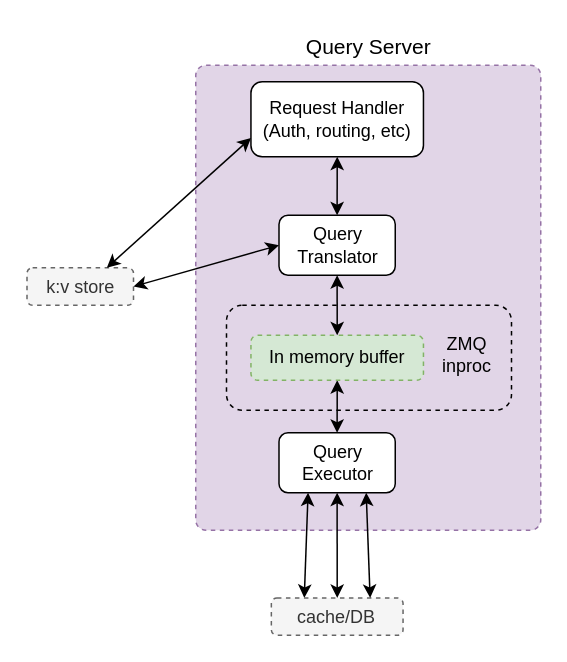
Before: page "Query Service" (2 of 4) of design.drawio in rwwiv/api-design-challenge, a draw.io diagram. Source tidied: cells renumbered, new cells numbered last; positions are measured from the earlier drawing's top-left corner, leaving out a move shared by most shapes. Both pictures are drawn from the tidied source at 150%, with x=0, y=0 at pixel (27, 26).
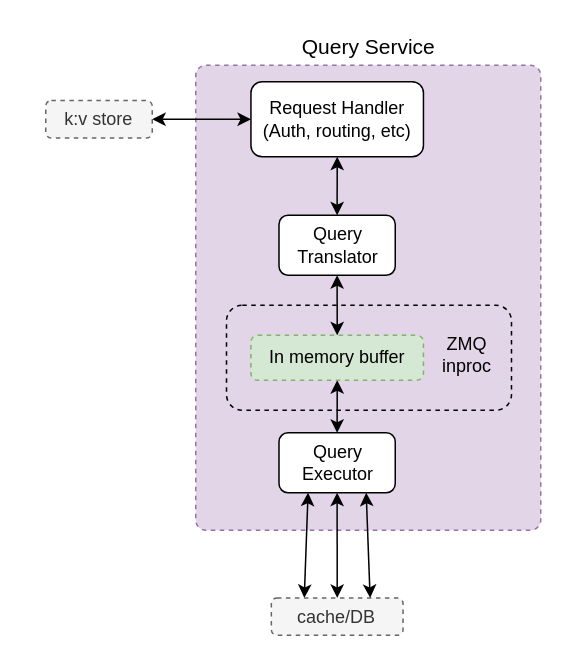
After the change.

Diff of the diagram source:
```diff
@@
 <mxGraphModel>
   <root>
     <mxCell id="0" />
     <mxCell id="1" parent="0" />
     <mxCell id="2" style="rounded=1;whiteSpace=wrap;html=1;strokeWidth=1;fontSize=18;fillColor=#e1d5e7;strokeColor=#9673a6;arcSize=3;dashed=1;" parent="1" vertex="1">
       <mxGeometry x="112" y="26" width="230" height="310" as="geometry" />
     </mxCell>
-    <mxCell id="3" value="&lt;font style=&quot;font-size: 14px;&quot;&gt;Query Server&lt;br&gt;&lt;/font&gt;" style="text;html=1;strokeColor=none;fillColor=none;align=center;verticalAlign=middle;whiteSpace=wrap;rounded=0;fontSize=18;" parent="1" vertex="1">
+    <mxCell id="3" value="&lt;font style=&quot;font-size: 14px;&quot;&gt;Query Service&lt;br&gt;&lt;/font&gt;" style="text;html=1;strokeColor=none;fillColor=none;align=center;verticalAlign=middle;whiteSpace=wrap;rounded=0;fontSize=18;" parent="1" vertex="1">
       <mxGeometry x="134.5" width="185" height="26" as="geometry" />
     </mxCell>
     <mxCell id="4" value="k:v store" style="rounded=1;whiteSpace=wrap;html=1;dashed=1;labelBackgroundColor=none;strokeWidth=1;fontSize=12;fillColor=#f5f5f5;fontColor=#333333;strokeColor=#666666;" parent="1" vertex="1">
-      <mxGeometry x="-0.5" y="161" width="71" height="25" as="geometry" />
+      <mxGeometry x="12" y="49.5" width="71" height="25" as="geometry" />
     </mxCell>
     <mxCell id="5" value="Request Handler&lt;br&gt;(Auth, routing, etc)" style="rounded=1;whiteSpace=wrap;html=1;strokeWidth=1;fontSize=12;" parent="1" vertex="1">
       <mxGeometry x="148.8" y="37" width="115" height="50" as="geometry" />
     </mxCell>
     <mxCell id="6" value="Query Translator" style="rounded=1;whiteSpace=wrap;html=1;strokeWidth=1;fontSize=12;" parent="1" vertex="1">
       <mxGeometry x="167.5" y="126" width="77.5" height="40" as="geometry" />
     </mxCell>
     <mxCell id="7" value="Query Executor" style="rounded=1;whiteSpace=wrap;html=1;strokeWidth=1;fontSize=12;" parent="1" vertex="1">
       <mxGeometry x="167.5" y="271" width="77.5" height="40" as="geometry" />
     </mxCell>
     <mxCell id="8" style="endArrow=classic;startArrow=classic;html=1;rounded=0;strokeWidth=1;fontSize=12;entryX=0.5;entryY=1;entryDx=0;entryDy=0;exitX=0.5;exitY=0;exitDx=0;exitDy=0;" parent="1" edge="1" source="11" target="6">
       <mxGeometry relative="1" as="geometry" />
     </mxCell>
     <mxCell id="9" style="endArrow=classic;startArrow=classic;html=1;rounded=0;strokeWidth=1;fontSize=12;entryX=0.5;entryY=0;entryDx=0;entryDy=0;exitX=0.5;exitY=1;exitDx=0;exitDy=0;" parent="1" edge="1" source="11" target="7">
       <mxGeometry relative="1" as="geometry" />
     </mxCell>
     <mxCell id="10" style="rounded=1;whiteSpace=wrap;html=1;dashed=1;labelBackgroundColor=none;strokeWidth=1;fontSize=12;fillColor=none;" parent="1" vertex="1">
       <mxGeometry x="132.5" y="186" width="190" height="70" as="geometry" />
     </mxCell>
     <mxCell id="11" value="In memory buffer" style="rounded=1;whiteSpace=wrap;html=1;strokeWidth=1;fontSize=12;dashed=1;fillColor=#d5e8d4;strokeColor=#82b366;" parent="1" vertex="1">
       <mxGeometry x="148.8" y="206" width="115" height="30" as="geometry" />
     </mxCell>
     <mxCell id="12" value="ZMQ inproc" style="text;html=1;strokeColor=none;fillColor=none;align=center;verticalAlign=middle;whiteSpace=wrap;rounded=0;fontSize=12;" parent="1" vertex="1">
       <mxGeometry x="262.5" y="204.3" width="60" height="30" as="geometry" />
     </mxCell>
     <mxCell id="13" style="endArrow=classic;startArrow=classic;html=1;rounded=0;strokeWidth=1;fontSize=12;entryX=0.25;entryY=1;entryDx=0;entryDy=0;exitX=0.25;exitY=0;exitDx=0;exitDy=0;" parent="1" edge="1" source="15" target="7">
       <mxGeometry relative="1" as="geometry" />
     </mxCell>
     <mxCell id="14" style="endArrow=classic;startArrow=classic;html=1;rounded=0;strokeWidth=1;fontSize=12;entryX=0.5;entryY=1;entryDx=0;entryDy=0;exitX=0.5;exitY=0;exitDx=0;exitDy=0;" parent="1" edge="1" source="15" target="7">
       <mxGeometry relative="1" as="geometry" />
     </mxCell>
     <mxCell id="15" value="cache/DB" style="rounded=1;whiteSpace=wrap;html=1;dashed=1;labelBackgroundColor=none;strokeWidth=1;fontSize=12;fillColor=#f5f5f5;strokeColor=#666666;fontColor=#333333;" parent="1" vertex="1">
       <mxGeometry x="162.4" y="381.1" width="87.8" height="24.9" as="geometry" />
     </mxCell>
     <mxCell id="16" style="endArrow=classic;startArrow=classic;html=1;rounded=0;strokeWidth=1;fontSize=12;entryX=0.75;entryY=1;entryDx=0;entryDy=0;exitX=0.75;exitY=0;exitDx=0;exitDy=0;" parent="1" edge="1" source="15" target="7">
       <mxGeometry relative="1" as="geometry" />
     </mxCell>
     <mxCell id="17" style="endArrow=classic;startArrow=classic;html=1;rounded=0;strokeWidth=1;fontSize=12;entryX=0.5;entryY=1;entryDx=0;entryDy=0;exitX=0.5;exitY=0;exitDx=0;exitDy=0;" parent="1" edge="1" source="6" target="5">
       <mxGeometry relative="1" as="geometry" />
     </mxCell>
-    <mxCell id="18" style="endArrow=classic;startArrow=classic;html=1;rounded=0;strokeWidth=1;fontFamily=Helvetica;fontSize=10;fontColor=#000000;exitX=1;exitY=0.5;exitDx=0;exitDy=0;entryX=0;entryY=0.5;entryDx=0;entryDy=0;" parent="1" edge="1" source="4" target="6">
-      <mxGeometry relative="1" as="geometry" />
-    </mxCell>
-    <mxCell id="19" style="endArrow=classic;startArrow=classic;html=1;rounded=0;strokeWidth=1;fontFamily=Helvetica;fontSize=10;fontColor=#000000;exitX=0.75;exitY=0;exitDx=0;exitDy=0;entryX=0;entryY=0.75;entryDx=0;entryDy=0;" parent="1" edge="1" source="4" target="5">
+    <mxCell id="19" style="endArrow=classic;startArrow=classic;html=1;rounded=0;strokeWidth=1;fontFamily=Helvetica;fontSize=10;fontColor=#000000;exitX=1;exitY=0.5;exitDx=0;exitDy=0;entryX=0;entryY=0.5;entryDx=0;entryDy=0;" parent="1" edge="1" source="4" target="5">
       <mxGeometry relative="1" as="geometry" />
     </mxCell>
   </root>
 </mxGraphModel>
```
